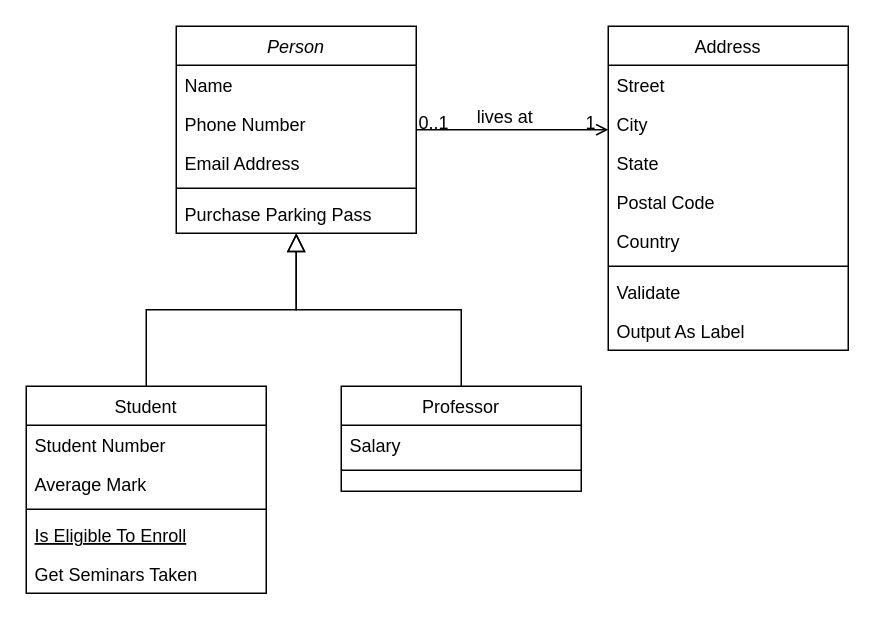
This is Warehouse.drawio from davidaguilera/warehouse, a draw.io file, before an edit. Source tidied: cells renumbered, new cells numbered last; positions are measured from the earlier drawing's top-left corner, leaving out a move shared by most shapes. Both pictures are drawn from the tidied source at 150%, with x=0, y=0 at pixel (26, 26).
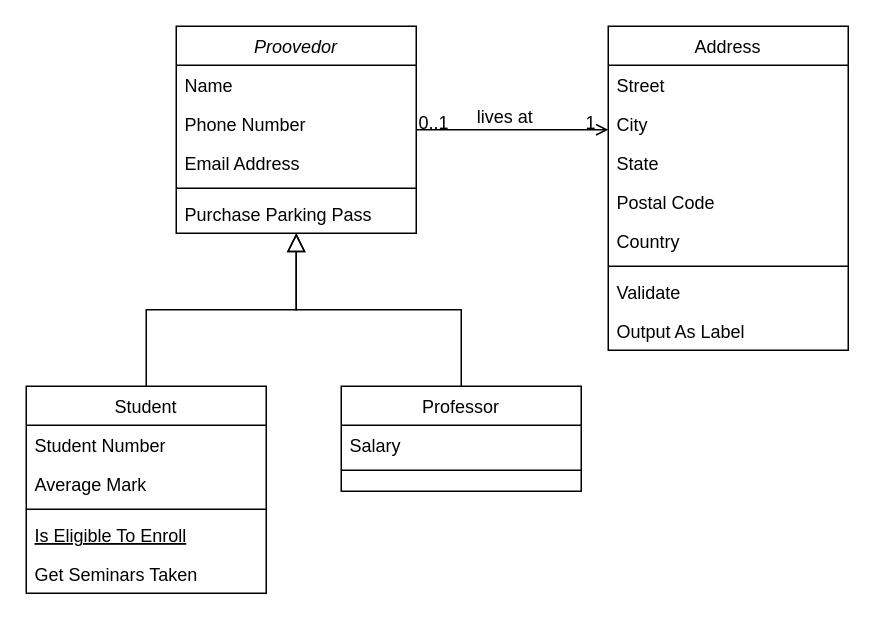
After the change.

Diff of the diagram source:
```diff
@@
-    <mxCell id="2" value="Person" style="swimlane;fontStyle=2;align=center;verticalAlign=top;horizontal=1;startSize=26;rounded=0;shadow=0;strokeWidth=1;" parent="1" vertex="1">
+    <mxCell id="2" value="Proovedor" style="swimlane;fontStyle=2;align=center;verticalAlign=top;horizontal=1;startSize=26;rounded=0;shadow=0;strokeWidth=1;" parent="1" vertex="1">
       <mxGeometry x="100" width="160" height="138" as="geometry" />
     </mxCell>
```
